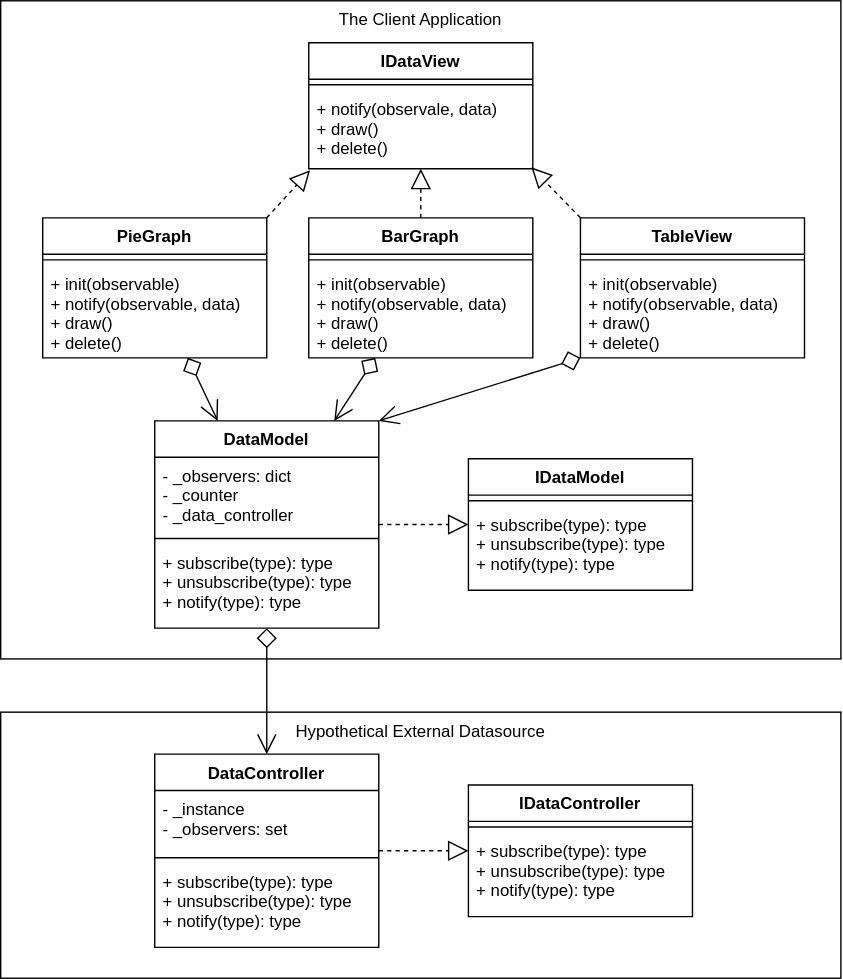
This is img/observer_example.svg from Sean-Bradley/Design-Patterns-In-Python, a draw.io export, as it was before one commit. Source tidied: cells renumbered, new cells last; positions are measured from the earlier drawing's top-left corner, leaving out a move shared by most shapes.
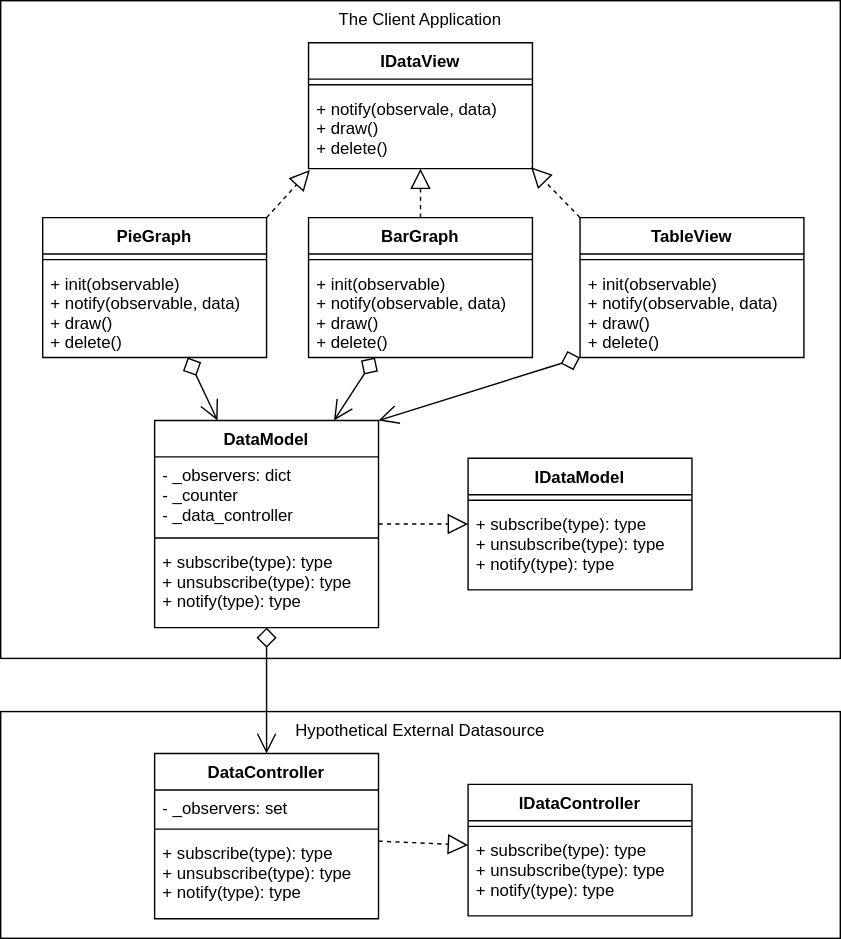
After the commit.

The edit, as a diff of the source:
```diff
@@ -3,7 +3,7 @@
     <mxCell id="0" />
     <mxCell id="1" parent="0" />
     <mxCell id="2" value="Hypothetical External Datasource" style="rounded=0;whiteSpace=wrap;html=1;verticalAlign=top;" parent="1" vertex="1">
-      <mxGeometry y="508" width="600" height="190" as="geometry" />
+      <mxGeometry y="508" width="600" height="162" as="geometry" />
     </mxCell>
     <mxCell id="3" value="The Client Application" style="rounded=0;whiteSpace=wrap;html=1;verticalAlign=top;" parent="1" vertex="1">
       <mxGeometry width="600" height="470" as="geometry" />
@@ -96,16 +96,16 @@
       <mxGeometry y="34" width="160" height="60" as="geometry" />
     </mxCell>
     <mxCell id="33" value="DataController" style="swimlane;fontStyle=1;align=center;verticalAlign=top;horizontal=1;startSize=26;" parent="1" vertex="1">
-      <mxGeometry x="110" y="538" width="160" height="138" as="geometry" />
+      <mxGeometry x="110" y="538" width="160" height="118" as="geometry" />
     </mxCell>
-    <mxCell id="34" value="- _instance&#10;- _observers: set&#10;" style="text;strokeColor=none;fillColor=none;align=left;verticalAlign=top;spacingLeft=4;spacingRight=4;overflow=hidden;" parent="33" vertex="1">
-      <mxGeometry y="26" width="160" height="44" as="geometry" />
+    <mxCell id="34" value="- _observers: set&#10;" style="text;strokeColor=none;fillColor=none;align=left;verticalAlign=top;spacingLeft=4;spacingRight=4;overflow=hidden;" parent="33" vertex="1">
+      <mxGeometry y="26" width="160" height="24" as="geometry" />
     </mxCell>
     <mxCell id="35" style="line;strokeWidth=1;fillColor=none;align=left;verticalAlign=middle;spacingTop=-1;spacingLeft=3;spacingRight=3;labelPosition=right;" parent="33" vertex="1">
-      <mxGeometry y="70" width="160" height="8" as="geometry" />
+      <mxGeometry y="50" width="160" height="8" as="geometry" />
     </mxCell>
     <mxCell id="36" value="+ subscribe(type): type&#10;+ unsubscribe(type): type&#10;+ notify(type): type" style="text;strokeColor=none;fillColor=none;align=left;verticalAlign=top;spacingLeft=4;spacingRight=4;overflow=hidden;" parent="33" vertex="1">
-      <mxGeometry y="78" width="160" height="60" as="geometry" />
+      <mxGeometry y="58" width="160" height="60" as="geometry" />
     </mxCell>
     <mxCell id="37" style="endArrow=block;dashed=1;endFill=0;endSize=12;html=1;" parent="1" edge="1" source="33" target="30">
       <mxGeometry relative="1" as="geometry" />
```
